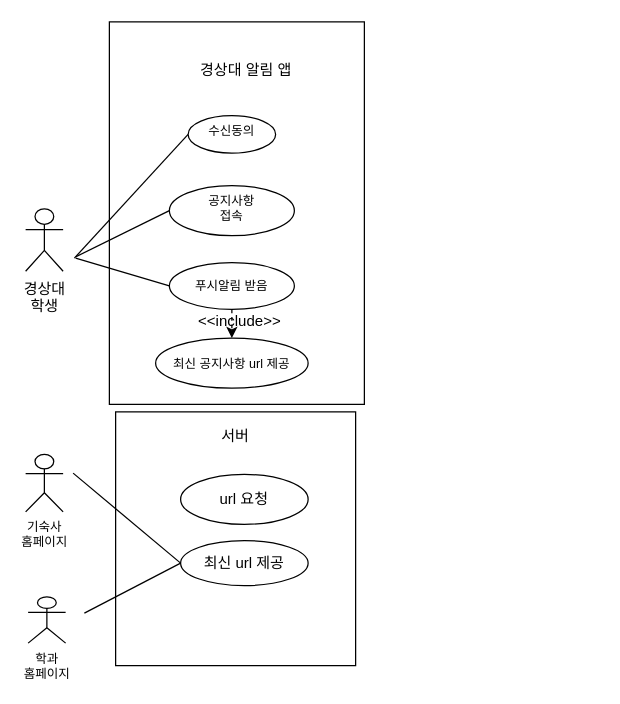
Before: Untitled Diagram.drawio in seongjin17/test, a draw.io diagram. Source tidied: cells renumbered, new cells numbered last; positions are measured from the earlier drawing's top-left corner, leaving out a move shared by most shapes. Both pictures are drawn from the tidied source at 125%, with x=0, y=0 at pixel (25, 21).
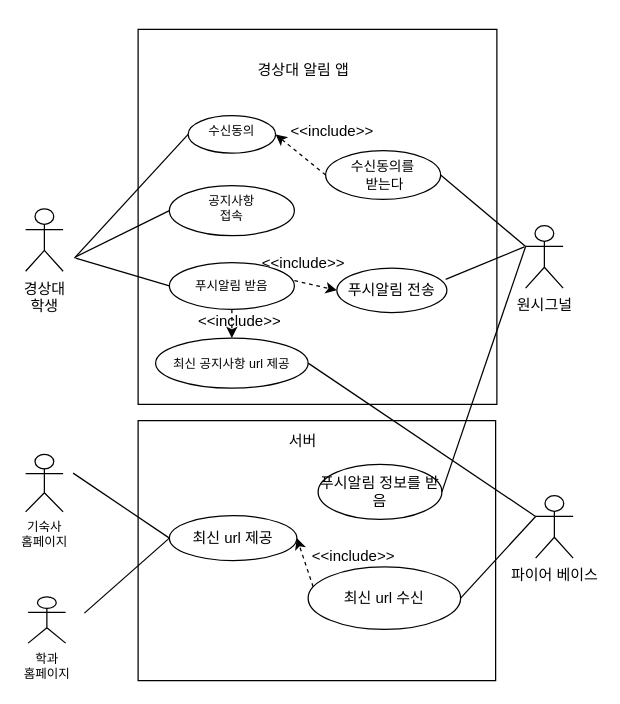
After the change.

The change refers to these unchanged cells:
```xml
<mxCell id="8" value="최신 공지사항 url 제공" style="ellipse;whiteSpace=wrap;html=1;rounded=0;sketch=0;fontSize=10;" parent="1" vertex="1">
  <mxGeometry x="104" y="253" width="122" height="40" as="geometry" />
</mxCell>
<mxCell id="11" value="수신동의" style="ellipse;whiteSpace=wrap;html=1;verticalAlign=top;fontSize=10;" parent="1" vertex="1">
  <mxGeometry x="130" y="75" width="70" height="30" as="geometry" />
</mxCell>
```

The edit, as a diff of the source:
```diff
@@
     <mxCell id="9" value="경상대 알림 앱" style="text;html=1;align=center;verticalAlign=middle;strokeColor=none;fillColor=none;" parent="1" vertex="1">
-      <mxGeometry x="131" y="29" width="90" height="20" as="geometry" />
+      <mxGeometry x="177" y="29" width="90" height="20" as="geometry" />
     </mxCell>
@@
     <mxCell id="15" value="서버" style="rounded=0;whiteSpace=wrap;html=1;fillColor=none;strokeColor=none;" parent="1" vertex="1">
-      <mxGeometry x="108" y="302" width="120" height="60" as="geometry" />
+      <mxGeometry x="162" y="306" width="120" height="60" as="geometry" />
     </mxCell>
     <mxCell id="16" value="&lt;font style=&quot;font-size: 12px&quot;&gt;최신 url 제공&lt;/font&gt;" style="ellipse;whiteSpace=wrap;html=1;fontSize=10;verticalAlign=middle;fillColor=none;" parent="1" vertex="1">
-      <mxGeometry x="124" y="415" width="102" height="36" as="geometry" />
+      <mxGeometry x="115" y="395" width="102" height="36" as="geometry" />
     </mxCell>
@@
-    <mxCell id="18" value="url 요청" style="ellipse;whiteSpace=wrap;html=1;" parent="1" vertex="1">
-      <mxGeometry x="124" y="362" width="102" height="40" as="geometry" />
-    </mxCell>
@@
-    <mxCell id="20" style="rounded=0;whiteSpace=wrap;html=1;fillColor=none;" parent="1" vertex="1">
-      <mxGeometry x="72" y="312" width="192" height="203" as="geometry" />
-    </mxCell>
-    <mxCell id="21" style="rounded=0;whiteSpace=wrap;html=1;fillColor=none;" parent="1" vertex="1">
-      <mxGeometry x="67" width="204" height="306" as="geometry" />
-    </mxCell>
+    <mxCell id="22" style="rounded=0;whiteSpace=wrap;html=1;fillColor=none;" parent="1" vertex="1">
+      <mxGeometry x="90" y="319" width="286" height="208" as="geometry" />
+    </mxCell>
+    <mxCell id="23" value="원시그널" style="shape=umlActor;verticalLabelPosition=bottom;verticalAlign=top;html=1;outlineConnect=0;" parent="1" vertex="1">
+      <mxGeometry x="400" y="163" width="30" height="50" as="geometry" />
+    </mxCell>
+    <mxCell id="24" value="파이어 베이스" style="shape=umlActor;verticalLabelPosition=bottom;verticalAlign=top;html=1;outlineConnect=0;" parent="1" vertex="1">
+      <mxGeometry x="408" y="379" width="30" height="50" as="geometry" />
+    </mxCell>
+    <mxCell id="25" value="푸시알림 전송" style="ellipse;whiteSpace=wrap;html=1;fillColor=none;" parent="1" vertex="1">
+      <mxGeometry x="249" y="197" width="88" height="35.5" as="geometry" />
+    </mxCell>
+    <mxCell id="26" style="endArrow=classic;dashed=1;html=1;rounded=0;endFill=1;entryX=0;entryY=0.5;entryDx=0;entryDy=0;" parent="1" edge="1" target="25">
+      <mxGeometry relative="1" as="geometry">
+        <mxPoint x="215" y="207" as="sourcePoint" />
+      </mxGeometry>
+    </mxCell>
+    <mxCell id="27" value="&amp;lt;&amp;lt;include&amp;gt;&amp;gt;" style="text;html=1;align=center;verticalAlign=middle;strokeColor=none;fillColor=none;" parent="1" vertex="1">
+      <mxGeometry x="182" y="183" width="80" height="20" as="geometry" />
+    </mxCell>
+    <mxCell id="28" value="최신 url 수신" style="ellipse;whiteSpace=wrap;html=1;fillColor=none;" parent="1" vertex="1">
+      <mxGeometry x="226" y="436" width="122" height="50" as="geometry" />
+    </mxCell>
+    <mxCell id="29" style="endArrow=classic;dashed=1;html=1;rounded=0;entryX=1;entryY=0.5;entryDx=0;entryDy=0;exitX=0.033;exitY=0.32;exitDx=0;exitDy=0;exitPerimeter=0;endFill=1;" parent="1" edge="1" source="28" target="16">
+      <mxGeometry relative="1" as="geometry" />
+    </mxCell>
+    <mxCell id="30" value="&amp;lt;&amp;lt;include&amp;gt;&amp;gt;" style="text;html=1;align=center;verticalAlign=middle;strokeColor=none;fillColor=none;" parent="1" vertex="1">
+      <mxGeometry x="222" y="418" width="80" height="20" as="geometry" />
+    </mxCell>
+    <mxCell id="31" style="endArrow=none;html=1;rounded=0;entryX=0;entryY=0.3333333333333333;entryDx=0;entryDy=0;entryPerimeter=0;exitX=1;exitY=0.5;exitDx=0;exitDy=0;" parent="1" edge="1" source="28" target="24">
+      <mxGeometry relative="1" as="geometry" />
+    </mxCell>
+    <mxCell id="32" value="푸시알림 정보를 받음" style="ellipse;whiteSpace=wrap;html=1;fillColor=none;" parent="1" vertex="1">
+      <mxGeometry x="234" y="354" width="99" height="44" as="geometry" />
+    </mxCell>
+    <mxCell id="33" style="endArrow=none;html=1;rounded=0;entryX=0.989;entryY=0.254;entryDx=0;entryDy=0;entryPerimeter=0;" parent="1" edge="1" target="25">
+      <mxGeometry relative="1" as="geometry">
+        <mxPoint x="399" y="180" as="sourcePoint" />
+      </mxGeometry>
+    </mxCell>
+    <mxCell id="34" style="endArrow=none;html=1;rounded=0;exitX=1;exitY=0.5;exitDx=0;exitDy=0;entryX=0;entryY=0.3333333333333333;entryDx=0;entryDy=0;entryPerimeter=0;" parent="1" edge="1" source="32" target="23">
+      <mxGeometry relative="1" as="geometry" />
+    </mxCell>
+    <mxCell id="35" value="&lt;font style=&quot;font-size: 11px;&quot;&gt;수신동의를&lt;br style=&quot;font-size: 11px;&quot;&gt;&amp;nbsp;받는다&lt;/font&gt;" style="ellipse;whiteSpace=wrap;html=1;fontSize=11;" parent="1" vertex="1">
+      <mxGeometry x="240" y="103" width="92" height="39" as="geometry" />
+    </mxCell>
+    <mxCell id="36" style="endArrow=classic;dashed=1;html=1;rounded=0;endFill=1;entryX=1;entryY=0.5;entryDx=0;entryDy=0;exitX=0;exitY=0.5;exitDx=0;exitDy=0;" parent="1" edge="1" source="35" target="11">
+      <mxGeometry relative="1" as="geometry" />
+    </mxCell>
+    <mxCell id="37" value="&amp;lt;&amp;lt;include&amp;gt;&amp;gt;" style="text;html=1;align=center;verticalAlign=middle;strokeColor=none;fillColor=none;" parent="1" vertex="1">
+      <mxGeometry x="205" y="78" width="80" height="20" as="geometry" />
+    </mxCell>
+    <mxCell id="38" style="endArrow=none;html=1;rounded=0;fontSize=11;entryX=1;entryY=0.5;entryDx=0;entryDy=0;exitX=0;exitY=0.3333333333333333;exitDx=0;exitDy=0;exitPerimeter=0;" parent="1" edge="1" source="23" target="35">
+      <mxGeometry relative="1" as="geometry" />
+    </mxCell>
+    <mxCell id="39" style="endArrow=none;html=1;rounded=0;fontSize=11;entryX=1;entryY=0.5;entryDx=0;entryDy=0;exitX=0;exitY=0.3333333333333333;exitDx=0;exitDy=0;exitPerimeter=0;" parent="1" edge="1" source="24" target="8">
+      <mxGeometry relative="1" as="geometry" />
+    </mxCell>
+    <mxCell id="40" style="rounded=0;whiteSpace=wrap;html=1;fontSize=11;fillColor=none;" parent="1" vertex="1">
+      <mxGeometry x="90" y="6" width="287" height="300" as="geometry" />
+    </mxCell>
```
